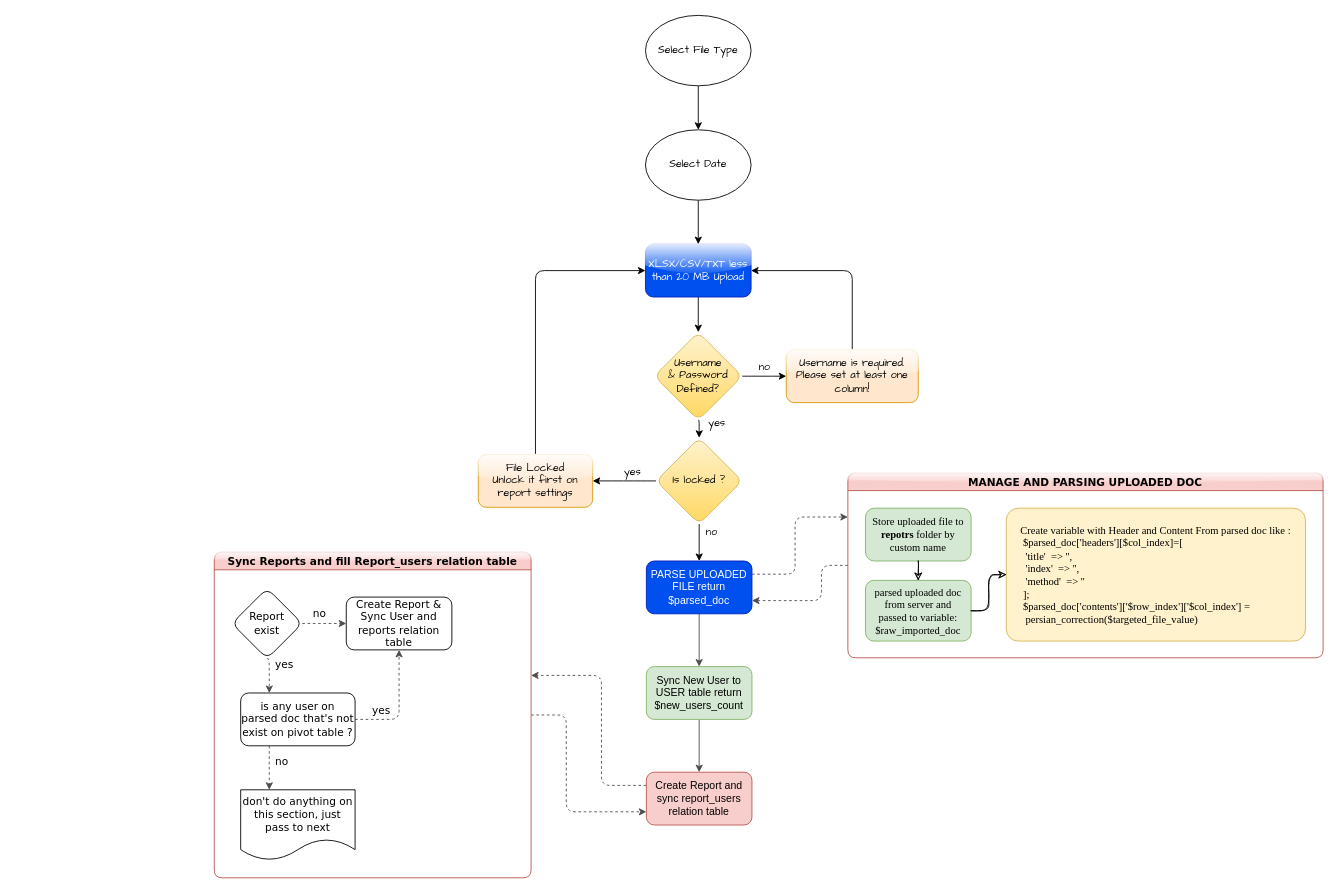
Before: page "Main Excel logic" (2 of 3) of FishHoghoghy.drawio in masoodvahid/flowcharts, a draw.io diagram. Source tidied: cells renumbered, new cells numbered last; positions are measured from the earlier drawing's top-left corner, leaving out a move shared by most shapes. Both pictures are drawn from the tidied source at 88%, with x=0, y=0 at pixel (214, 15).
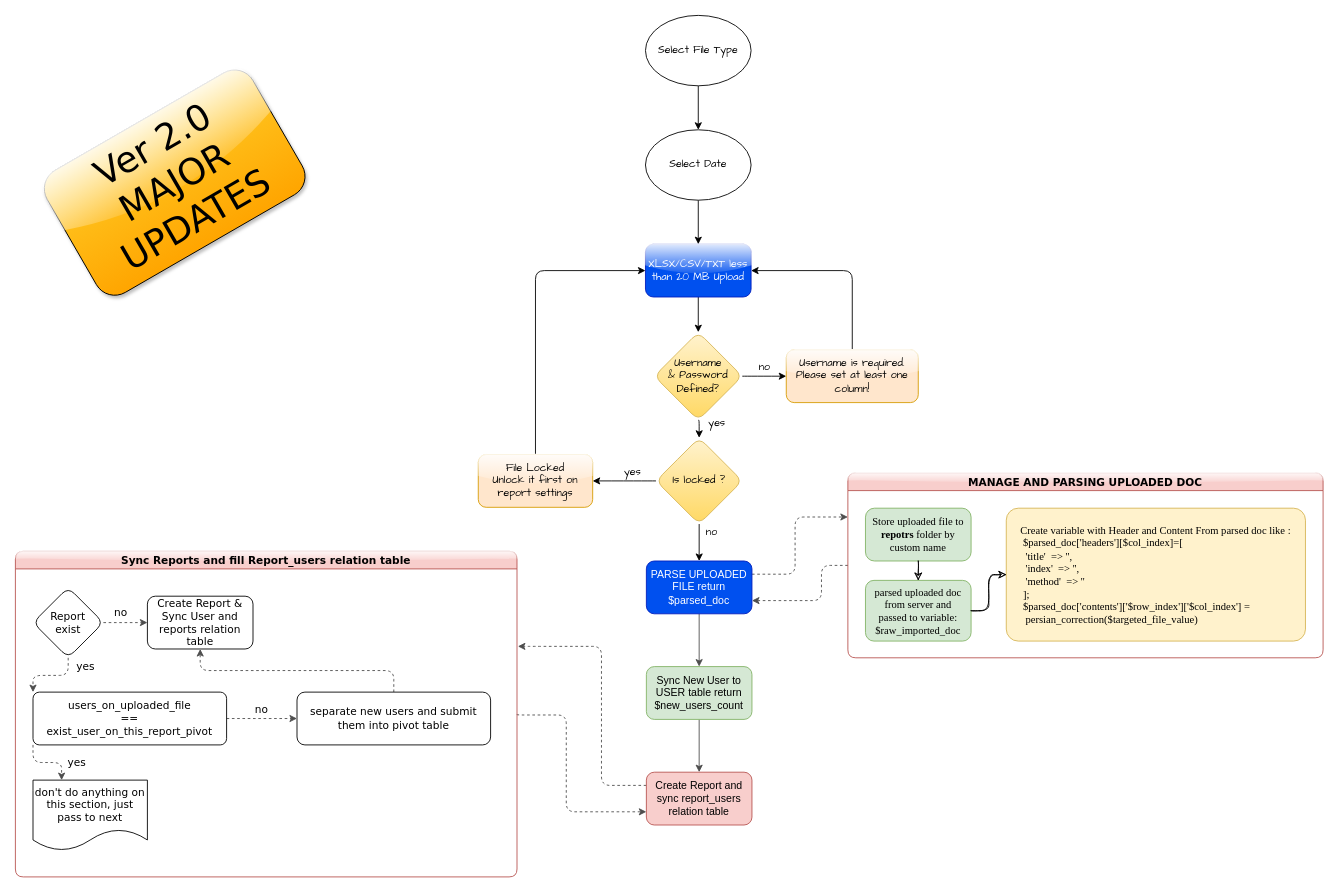
Above is the later version.

Unchanged cells that the change refers to:
```xml
<mxCell id="35" value="Create Report and sync report_users relation table" style="rounded=1;whiteSpace=wrap;html=1;shadow=0;sketch=0;fillColor=#f8cecc;strokeColor=#b85450;glass=0;fillStyle=solid;" parent="1" vertex="1">
  <mxGeometry x="491" y="860" width="120" height="60" as="geometry" />
</mxCell>
<mxCell id="39" value="&lt;div&gt;Report&lt;/div&gt;&lt;div&gt;exist&lt;br&gt;&lt;/div&gt;" style="rhombus;whiteSpace=wrap;html=1;rounded=1;shadow=0;glass=0;sketch=0;fontFamily=Verdana;fontColor=#000000;strokeColor=default;fillColor=default;gradientColor=none;gradientDirection=south;" parent="37" vertex="1">
  <mxGeometry x="20" y="41" width="80" height="80" as="geometry" />
</mxCell>
<mxCell id="41" value="&lt;div&gt;Create Report &amp;amp;&lt;br&gt;&lt;/div&gt;&lt;div&gt;Sync User and reports relation table&lt;br&gt;&lt;/div&gt;" style="rounded=1;whiteSpace=wrap;html=1;shadow=0;glass=0;sketch=0;fontFamily=Verdana;fontColor=#000000;strokeColor=default;fillColor=default;gradientColor=none;gradientDirection=south;" parent="37" vertex="1">
  <mxGeometry x="150" y="51" width="120" height="60" as="geometry" />
</mxCell>
```

Change to the diagram source:
```diff
@@
     <mxCell id="34" style="edgeStyle=orthogonalEdgeStyle;rounded=1;sketch=0;jumpStyle=none;jettySize=auto;html=1;exitX=0;exitY=0.25;exitDx=0;exitDy=0;shadow=0;fontFamily=Verdana;fontColor=#000000;strokeColor=#4D4D4D;strokeWidth=1;dashed=1;" parent="1" edge="1" source="35">
       <mxGeometry relative="1" as="geometry">
-        <mxPoint x="360" y="750" as="targetPoint" />
+        <mxPoint x="345" y="717" as="targetPoint" />
         <Array as="points">
           <mxPoint x="440" y="875" />
-          <mxPoint x="440" y="750" />
+          <mxPoint x="440" y="717" />
+          <mxPoint x="363" y="717" />
         </Array>
       </mxGeometry>
     </mxCell>
@@
-    <mxCell id="37" value="Sync Reports and fill Report_users relation table" style="swimlane;startSize=20;rounded=1;shadow=0;glass=1;sketch=0;fontFamily=Verdana;gradientDirection=south;arcSize=15;fillColor=#f8cecc;strokeColor=#b85450;" parent="1" vertex="1">
-      <mxGeometry y="610" width="360" height="370" as="geometry" />
+    <mxCell id="37" value="Sync Reports and fill Report_users relation table" style="swimlane;startSize=20;rounded=1;shadow=0;glass=1;sketch=0;fontFamily=Verdana;gradientDirection=south;arcSize=15;fillColor=#f8cecc;strokeColor=#b85450;align=center;" parent="1" vertex="1">
+      <mxGeometry x="-226" y="609" width="570" height="370" as="geometry" />
     </mxCell>
-    <mxCell id="38" style="edgeStyle=orthogonalEdgeStyle;rounded=1;sketch=0;jumpStyle=none;jettySize=auto;html=1;exitX=0.5;exitY=1;exitDx=0;exitDy=0;entryX=0.25;entryY=0;entryDx=0;entryDy=0;shadow=0;dashed=1;fontFamily=Verdana;fontColor=#000000;strokeColor=#4D4D4D;strokeWidth=1;" parent="37" edge="1" source="39" target="45">
-      <mxGeometry relative="1" as="geometry" />
-    </mxCell>
+    <mxCell id="50" style="edgeStyle=orthogonalEdgeStyle;rounded=1;sketch=0;jumpStyle=none;jettySize=auto;html=1;exitX=0.5;exitY=1;exitDx=0;exitDy=0;entryX=0;entryY=0;entryDx=0;entryDy=0;shadow=0;dashed=1;fontFamily=Verdana;fontColor=#000000;strokeColor=#4D4D4D;strokeWidth=1;" parent="37" edge="1" source="39" target="55">
+      <mxGeometry relative="1" as="geometry" />
+    </mxCell>
@@
     <mxCell id="43" value="yes" style="text;html=1;strokeColor=none;fillColor=none;align=center;verticalAlign=middle;whiteSpace=wrap;rounded=0;shadow=0;glass=0;sketch=0;fontFamily=Verdana;fontColor=#000000;" parent="37" vertex="1">
-      <mxGeometry x="60" y="118" width="40" height="20" as="geometry" />
+      <mxGeometry x="60" y="121" width="40" height="20" as="geometry" />
     </mxCell>
-    <mxCell id="44" style="edgeStyle=orthogonalEdgeStyle;rounded=1;sketch=0;jumpStyle=none;jettySize=auto;html=1;exitX=1;exitY=0.5;exitDx=0;exitDy=0;entryX=0.5;entryY=1;entryDx=0;entryDy=0;shadow=0;dashed=1;fontFamily=Verdana;fontColor=#000000;strokeColor=#4D4D4D;strokeWidth=1;" parent="37" edge="1" source="45" target="41">
-      <mxGeometry relative="1" as="geometry" />
-    </mxCell>
-    <mxCell id="45" value="is any user on parsed doc that's not exist on pivot table ?" style="rounded=1;whiteSpace=wrap;html=1;shadow=0;glass=0;sketch=0;fontFamily=Verdana;fontColor=#000000;strokeColor=default;fillColor=default;gradientColor=none;gradientDirection=south;" parent="37" vertex="1">
-      <mxGeometry x="30" y="160" width="130" height="60" as="geometry" />
-    </mxCell>
+    <mxCell id="48" value="don't do anything on this section, just pass to next" style="shape=document;whiteSpace=wrap;html=1;boundedLbl=1;rounded=1;shadow=0;glass=0;sketch=0;fontFamily=Verdana;fontColor=#000000;strokeColor=default;fillColor=default;gradientColor=none;gradientDirection=south;" parent="37" vertex="1">
+      <mxGeometry x="20" y="260" width="130" height="80" as="geometry" />
+    </mxCell>
+    <mxCell id="51" style="edgeStyle=orthogonalEdgeStyle;rounded=1;sketch=0;jumpStyle=none;jettySize=auto;html=1;exitX=0.5;exitY=0;exitDx=0;exitDy=0;entryX=0.5;entryY=1;entryDx=0;entryDy=0;shadow=0;dashed=1;fontFamily=Verdana;fontColor=#000000;strokeColor=#4D4D4D;strokeWidth=1;" parent="37" edge="1" source="52" target="41">
+      <mxGeometry relative="1" as="geometry" />
+    </mxCell>
+    <mxCell id="52" value="separate new users and submit them into pivot table" style="rounded=1;whiteSpace=wrap;html=1;shadow=0;glass=0;sketch=0;fontFamily=Verdana;fontColor=#000000;strokeColor=default;fillColor=default;gradientColor=none;gradientDirection=south;" parent="37" vertex="1">
+      <mxGeometry x="320" y="160" width="220" height="60" as="geometry" />
+    </mxCell>
+    <mxCell id="53" style="edgeStyle=orthogonalEdgeStyle;rounded=1;sketch=0;jumpStyle=none;jettySize=auto;html=1;exitX=0;exitY=1;exitDx=0;exitDy=0;entryX=0.25;entryY=0;entryDx=0;entryDy=0;shadow=0;dashed=1;fontFamily=Verdana;fontColor=#000000;strokeColor=#4D4D4D;strokeWidth=1;" parent="37" edge="1" source="55" target="48">
+      <mxGeometry relative="1" as="geometry" />
+    </mxCell>
+    <mxCell id="54" style="edgeStyle=orthogonalEdgeStyle;rounded=1;sketch=0;jumpStyle=none;jettySize=auto;html=1;exitX=1;exitY=0.5;exitDx=0;exitDy=0;entryX=0;entryY=0.5;entryDx=0;entryDy=0;shadow=0;dashed=1;fontFamily=Verdana;fontColor=#000000;strokeColor=#4D4D4D;strokeWidth=1;" parent="37" edge="1" source="55" target="52">
+      <mxGeometry relative="1" as="geometry" />
+    </mxCell>
+    <mxCell id="55" value="&lt;div&gt;users_on_uploaded_file &lt;br&gt;&lt;/div&gt;&lt;div&gt;==&lt;/div&gt;&lt;div&gt;exist_user_on_this_report_pivot&lt;/div&gt;" style="rounded=1;whiteSpace=wrap;html=1;shadow=0;glass=0;sketch=0;fontFamily=Verdana;fontColor=#000000;strokeColor=default;fillColor=default;gradientColor=none;gradientDirection=south;arcSize=12;" parent="37" vertex="1">
+      <mxGeometry x="20" y="160" width="220" height="60" as="geometry" />
+    </mxCell>
     <mxCell id="46" value="yes" style="text;html=1;strokeColor=none;fillColor=none;align=center;verticalAlign=middle;whiteSpace=wrap;rounded=0;shadow=0;glass=0;sketch=0;fontFamily=Verdana;fontColor=#000000;" parent="37" vertex="1">
-      <mxGeometry x="170" y="170" width="40" height="20" as="geometry" />
+      <mxGeometry x="50" y="230" width="40" height="20" as="geometry" />
     </mxCell>
     <mxCell id="47" value="&lt;div&gt;no&lt;/div&gt;" style="text;html=1;strokeColor=none;fillColor=none;align=center;verticalAlign=middle;whiteSpace=wrap;rounded=0;shadow=0;glass=0;sketch=0;fontFamily=Verdana;fontColor=#000000;" parent="37" vertex="1">
-      <mxGeometry x="59" y="228" width="36" height="20" as="geometry" />
+      <mxGeometry x="260" y="170" width="40" height="20" as="geometry" />
     </mxCell>
-    <mxCell id="48" value="don't do anything on this section, just pass to next" style="shape=document;whiteSpace=wrap;html=1;boundedLbl=1;rounded=1;shadow=0;glass=0;sketch=0;fontFamily=Verdana;fontColor=#000000;strokeColor=default;fillColor=default;gradientColor=none;gradientDirection=south;" parent="37" vertex="1">
-      <mxGeometry x="30" y="270" width="130" height="80" as="geometry" />
-    </mxCell>
-    <mxCell id="49" style="edgeStyle=orthogonalEdgeStyle;rounded=1;sketch=0;jumpStyle=none;jettySize=auto;html=1;exitX=0.25;exitY=1;exitDx=0;exitDy=0;shadow=0;dashed=1;fontFamily=Verdana;fontColor=#000000;strokeColor=#4D4D4D;strokeWidth=1;entryX=0.25;entryY=0;entryDx=0;entryDy=0;" parent="37" edge="1" source="45" target="48">
-      <mxGeometry relative="1" as="geometry" />
-    </mxCell>
+    <mxCell id="56" value="Ver 2.0 MAJOR UPDATES" style="text;html=1;strokeColor=default;fillColor=#ffcd28;align=center;verticalAlign=middle;whiteSpace=wrap;rounded=1;shadow=1;glass=1;sketch=0;fontFamily=Verdana;fontSize=41;rotation=-30;labelBackgroundColor=none;labelBorderColor=none;gradientColor=#ffa500;strokeWidth=1;" parent="1" vertex="1">
+      <mxGeometry x="-180" y="110" width="270" height="160" as="geometry" />
+    </mxCell>
```
